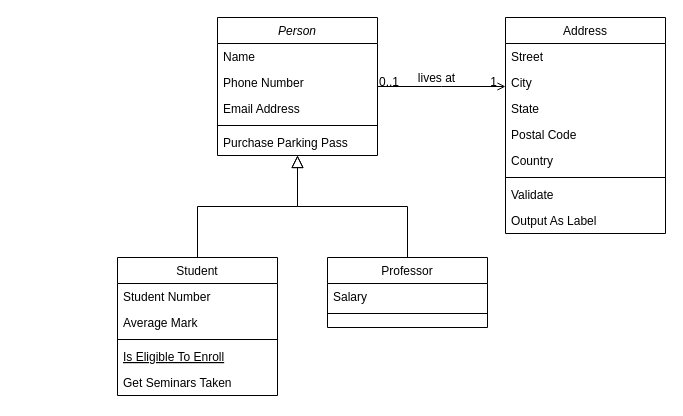
The draw.io diagram up/MTK_TIF.drawio in yyzsyx/app_diagrams_net, before the edit. Source tidied: cells renumbered, new cells numbered last; positions are measured from the earlier drawing's top-left corner, leaving out a move shared by most shapes. Both pictures are drawn from the tidied source at 100%, with x=0, y=0 at pixel (117, 17).
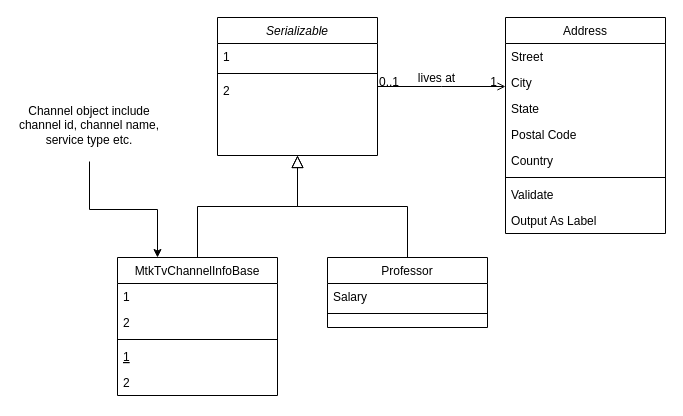
The same diagram, later.

The edit, as a diff of the source:
```diff
@@
-    <mxCell id="2" value="Person" style="swimlane;fontStyle=2;align=center;verticalAlign=top;horizontal=1;startSize=26;rounded=0;shadow=0;strokeWidth=1;" parent="1" vertex="1">
+    <mxCell id="2" value="Serializable" style="swimlane;fontStyle=2;align=center;verticalAlign=top;horizontal=1;startSize=26;rounded=0;shadow=0;strokeWidth=1;" parent="1" vertex="1">
       <mxGeometry x="100" width="160" height="138" as="geometry" />
     </mxCell>
-    <mxCell id="3" value="Name" style="text;align=left;verticalAlign=top;spacingLeft=4;spacingRight=4;overflow=hidden;" parent="2" vertex="1">
-      <mxGeometry y="26" width="160" height="26" as="geometry" />
-    </mxCell>
-    <mxCell id="4" value="Phone Number" style="text;align=left;verticalAlign=top;spacingLeft=4;spacingRight=4;overflow=hidden;rounded=0;shadow=0;html=0;" parent="2" vertex="1">
-      <mxGeometry y="52" width="160" height="26" as="geometry" />
+    <mxCell id="4" value="1" style="text;align=left;verticalAlign=top;spacingLeft=4;spacingRight=4;overflow=hidden;rounded=0;shadow=0;html=0;" parent="2" vertex="1">
+      <mxGeometry y="26" width="160" height="26" as="geometry" />
     </mxCell>
-    <mxCell id="5" value="Email Address" style="text;align=left;verticalAlign=top;spacingLeft=4;spacingRight=4;overflow=hidden;rounded=0;shadow=0;html=0;" parent="2" vertex="1">
-      <mxGeometry y="78" width="160" height="26" as="geometry" />
-    </mxCell>
     <mxCell id="6" style="line;html=1;strokeWidth=1;align=left;verticalAlign=middle;spacingTop=-1;spacingLeft=3;spacingRight=3;labelPosition=right;" parent="2" vertex="1">
-      <mxGeometry y="104" width="160" height="8" as="geometry" />
+      <mxGeometry y="52" width="160" height="8" as="geometry" />
     </mxCell>
-    <mxCell id="7" value="Purchase Parking Pass" style="text;align=left;verticalAlign=top;spacingLeft=4;spacingRight=4;overflow=hidden;" parent="2" vertex="1">
-      <mxGeometry y="112" width="160" height="26" as="geometry" />
+    <mxCell id="7" value="2" style="text;align=left;verticalAlign=top;spacingLeft=4;spacingRight=4;overflow=hidden;" parent="2" vertex="1">
+      <mxGeometry y="60" width="160" height="26" as="geometry" />
     </mxCell>
-    <mxCell id="8" value="Student" style="swimlane;fontStyle=0;align=center;verticalAlign=top;horizontal=1;startSize=26;rounded=0;shadow=0;strokeWidth=1;" parent="1" vertex="1">
+    <mxCell id="8" value="MtkTvChannelInfoBase" style="swimlane;fontStyle=0;align=center;verticalAlign=top;horizontal=1;startSize=26;rounded=0;shadow=0;strokeWidth=1;" parent="1" vertex="1">
       <mxGeometry y="240" width="160" height="138" as="geometry" />
     </mxCell>
-    <mxCell id="9" value="Student Number" style="text;align=left;verticalAlign=top;spacingLeft=4;spacingRight=4;overflow=hidden;" parent="8" vertex="1">
+    <mxCell id="9" value="1" style="text;align=left;verticalAlign=top;spacingLeft=4;spacingRight=4;overflow=hidden;" parent="8" vertex="1">
       <mxGeometry y="26" width="160" height="26" as="geometry" />
     </mxCell>
-    <mxCell id="10" value="Average Mark" style="text;align=left;verticalAlign=top;spacingLeft=4;spacingRight=4;overflow=hidden;rounded=0;shadow=0;html=0;" parent="8" vertex="1">
+    <mxCell id="10" value="2" style="text;align=left;verticalAlign=top;spacingLeft=4;spacingRight=4;overflow=hidden;rounded=0;shadow=0;html=0;" parent="8" vertex="1">
       <mxGeometry y="52" width="160" height="26" as="geometry" />
     </mxCell>
@@
-    <mxCell id="12" value="Is Eligible To Enroll" style="text;align=left;verticalAlign=top;spacingLeft=4;spacingRight=4;overflow=hidden;fontStyle=4;" parent="8" vertex="1">
+    <mxCell id="12" value="1" style="text;align=left;verticalAlign=top;spacingLeft=4;spacingRight=4;overflow=hidden;fontStyle=4;" parent="8" vertex="1">
       <mxGeometry y="86" width="160" height="26" as="geometry" />
     </mxCell>
-    <mxCell id="13" value="Get Seminars Taken" style="text;align=left;verticalAlign=top;spacingLeft=4;spacingRight=4;overflow=hidden;" parent="8" vertex="1">
+    <mxCell id="13" value="2" style="text;align=left;verticalAlign=top;spacingLeft=4;spacingRight=4;overflow=hidden;" parent="8" vertex="1">
       <mxGeometry y="112" width="160" height="26" as="geometry" />
     </mxCell>
@@
+    <mxCell id="32" style="edgeStyle=orthogonalEdgeStyle;rounded=0;jettySize=auto;html=1;entryX=0.25;entryY=0;entryDx=0;entryDy=0;" parent="1" edge="1" source="33" target="8">
+      <mxGeometry relative="1" as="geometry" />
+    </mxCell>
+    <mxCell id="33" value="Channel object include channel id, channel name, service type etc." style="text;html=1;strokeColor=none;fillColor=none;align=center;verticalAlign=middle;whiteSpace=wrap;rounded=0;" parent="1" vertex="1">
+      <mxGeometry x="-100" y="72" width="144" height="72" as="geometry" />
+    </mxCell>
```
